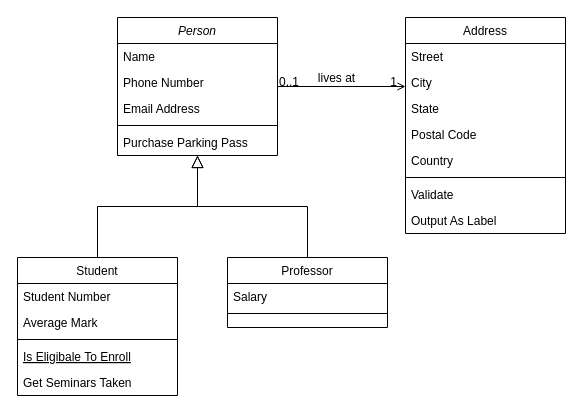
aiin-syafikah/Week-2 keeps this draw.io diagram as Exercise2ClassDiagram.drawio. Above is the earlier version. Source tidied: cells renumbered, new cells numbered last; positions are measured from the earlier drawing's top-left corner, leaving out a move shared by most shapes. Both pictures are drawn from the tidied source at 100%, with x=0, y=0 at pixel (17, 17).
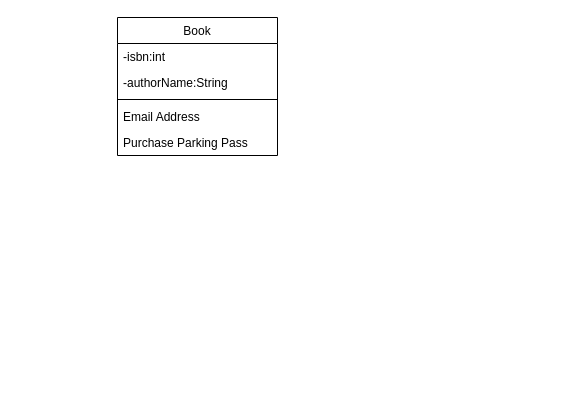
The same page after the edit.

What changed in the source:
```diff
@@
-    <mxCell id="2" value="Person" style="swimlane;fontStyle=2;align=center;verticalAlign=top;horizontal=1;startSize=26;rounded=0;shadow=0;strokeWidth=1;" parent="1" vertex="1">
+    <mxCell id="2" value="Book" style="swimlane;fontStyle=0;align=center;verticalAlign=top;horizontal=1;startSize=26;rounded=0;shadow=0;strokeWidth=1;" parent="1" vertex="1">
       <mxGeometry x="100" width="160" height="138" as="geometry" />
     </mxCell>
-    <mxCell id="3" value="Name" style="text;align=left;verticalAlign=top;spacingLeft=4;spacingRight=4;overflow=hidden;" parent="2" vertex="1">
+    <mxCell id="3" value="-isbn:int" style="text;align=left;verticalAlign=top;spacingLeft=4;spacingRight=4;overflow=hidden;" parent="2" vertex="1">
       <mxGeometry y="26" width="160" height="26" as="geometry" />
     </mxCell>
-    <mxCell id="4" value="Phone Number" style="text;align=left;verticalAlign=top;spacingLeft=4;spacingRight=4;overflow=hidden;rounded=0;shadow=0;html=0;" parent="2" vertex="1">
+    <mxCell id="4" value="-authorName:String" style="text;align=left;verticalAlign=top;spacingLeft=4;spacingRight=4;overflow=hidden;rounded=0;shadow=0;html=0;" parent="2" vertex="1">
       <mxGeometry y="52" width="160" height="26" as="geometry" />
     </mxCell>
+    <mxCell id="6" style="line;html=1;strokeWidth=1;align=left;verticalAlign=middle;spacingTop=-1;spacingLeft=3;spacingRight=3;labelPosition=right;" parent="2" vertex="1">
+      <mxGeometry y="78" width="160" height="8" as="geometry" />
+    </mxCell>
     <mxCell id="5" value="Email Address" style="text;align=left;verticalAlign=top;spacingLeft=4;spacingRight=4;overflow=hidden;rounded=0;shadow=0;html=0;" parent="2" vertex="1">
-      <mxGeometry y="78" width="160" height="26" as="geometry" />
+      <mxGeometry y="86" width="160" height="26" as="geometry" />
     </mxCell>
-    <mxCell id="6" style="line;html=1;strokeWidth=1;align=left;verticalAlign=middle;spacingTop=-1;spacingLeft=3;spacingRight=3;labelPosition=right;" parent="2" vertex="1">
-      <mxGeometry y="104" width="160" height="8" as="geometry" />
-    </mxCell>
@@
-    <mxCell id="8" value="Student" style="swimlane;fontStyle=0;align=center;verticalAlign=top;horizontal=1;startSize=26;rounded=0;shadow=0;strokeWidth=1;" parent="1" vertex="1">
-      <mxGeometry y="240" width="160" height="138" as="geometry" />
-    </mxCell>
-    <mxCell id="9" value="Student Number" style="text;align=left;verticalAlign=top;spacingLeft=4;spacingRight=4;overflow=hidden;" parent="8" vertex="1">
-      <mxGeometry y="26" width="160" height="26" as="geometry" />
-    </mxCell>
-    <mxCell id="10" value="Average Mark" style="text;align=left;verticalAlign=top;spacingLeft=4;spacingRight=4;overflow=hidden;rounded=0;shadow=0;html=0;" parent="8" vertex="1">
-      <mxGeometry y="52" width="160" height="26" as="geometry" />
-    </mxCell>
-    <mxCell id="11" style="line;html=1;strokeWidth=1;align=left;verticalAlign=middle;spacingTop=-1;spacingLeft=3;spacingRight=3;labelPosition=right;" parent="8" vertex="1">
-      <mxGeometry y="78" width="160" height="8" as="geometry" />
-    </mxCell>
-    <mxCell id="12" value="Is Eligibale To Enroll" style="text;align=left;verticalAlign=top;spacingLeft=4;spacingRight=4;overflow=hidden;fontStyle=4;" parent="8" vertex="1">
-      <mxGeometry y="86" width="160" height="26" as="geometry" />
-    </mxCell>
-    <mxCell id="13" value="Get Seminars Taken" style="text;align=left;verticalAlign=top;spacingLeft=4;spacingRight=4;overflow=hidden;" parent="8" vertex="1">
-      <mxGeometry y="112" width="160" height="26" as="geometry" />
-    </mxCell>
-    <mxCell id="14" style="endArrow=block;endSize=10;endFill=0;shadow=0;strokeWidth=1;rounded=0;edgeStyle=elbowEdgeStyle;elbow=vertical;" parent="1" edge="1" source="8" target="2">
-      <mxGeometry relative="1" as="geometry" />
-    </mxCell>
-    <mxCell id="15" value="Professor" style="swimlane;fontStyle=0;align=center;verticalAlign=top;horizontal=1;startSize=26;rounded=0;shadow=0;strokeWidth=1;" parent="1" vertex="1">
-      <mxGeometry x="210" y="240" width="160" height="70" as="geometry" />
-    </mxCell>
-    <mxCell id="16" value="Salary" style="text;align=left;verticalAlign=top;spacingLeft=4;spacingRight=4;overflow=hidden;" parent="15" vertex="1">
-      <mxGeometry y="26" width="160" height="26" as="geometry" />
-    </mxCell>
-    <mxCell id="17" style="line;html=1;strokeWidth=1;align=left;verticalAlign=middle;spacingTop=-1;spacingLeft=3;spacingRight=3;labelPosition=right;" parent="15" vertex="1">
-      <mxGeometry y="52" width="160" height="8" as="geometry" />
-    </mxCell>
-    <mxCell id="18" style="endArrow=block;endSize=10;endFill=0;shadow=0;strokeWidth=1;rounded=0;edgeStyle=elbowEdgeStyle;elbow=vertical;" parent="1" edge="1" source="15" target="2">
-      <mxGeometry relative="1" as="geometry" />
-    </mxCell>
-    <mxCell id="19" value="Address" style="swimlane;fontStyle=0;align=center;verticalAlign=top;horizontal=1;startSize=26;rounded=0;shadow=0;strokeWidth=1;" parent="1" vertex="1">
-      <mxGeometry x="388" width="160" height="216" as="geometry" />
-    </mxCell>
-    <mxCell id="20" value="Street" style="text;align=left;verticalAlign=top;spacingLeft=4;spacingRight=4;overflow=hidden;" parent="19" vertex="1">
-      <mxGeometry y="26" width="160" height="26" as="geometry" />
-    </mxCell>
-    <mxCell id="21" value="City" style="text;align=left;verticalAlign=top;spacingLeft=4;spacingRight=4;overflow=hidden;rounded=0;shadow=0;html=0;" parent="19" vertex="1">
-      <mxGeometry y="52" width="160" height="26" as="geometry" />
-    </mxCell>
-    <mxCell id="22" value="State" style="text;align=left;verticalAlign=top;spacingLeft=4;spacingRight=4;overflow=hidden;rounded=0;shadow=0;html=0;" parent="19" vertex="1">
-      <mxGeometry y="78" width="160" height="26" as="geometry" />
-    </mxCell>
-    <mxCell id="23" value="Postal Code" style="text;align=left;verticalAlign=top;spacingLeft=4;spacingRight=4;overflow=hidden;rounded=0;shadow=0;html=0;" parent="19" vertex="1">
-      <mxGeometry y="104" width="160" height="26" as="geometry" />
-    </mxCell>
-    <mxCell id="24" value="Country" style="text;align=left;verticalAlign=top;spacingLeft=4;spacingRight=4;overflow=hidden;rounded=0;shadow=0;html=0;" parent="19" vertex="1">
-      <mxGeometry y="130" width="160" height="26" as="geometry" />
-    </mxCell>
-    <mxCell id="25" style="line;html=1;strokeWidth=1;align=left;verticalAlign=middle;spacingTop=-1;spacingLeft=3;spacingRight=3;labelPosition=right;" parent="19" vertex="1">
-      <mxGeometry y="156" width="160" height="8" as="geometry" />
-    </mxCell>
-    <mxCell id="26" value="Validate" style="text;align=left;verticalAlign=top;spacingLeft=4;spacingRight=4;overflow=hidden;" parent="19" vertex="1">
-      <mxGeometry y="164" width="160" height="26" as="geometry" />
-    </mxCell>
-    <mxCell id="27" value="Output As Label" style="text;align=left;verticalAlign=top;spacingLeft=4;spacingRight=4;overflow=hidden;" parent="19" vertex="1">
-      <mxGeometry y="190" width="160" height="26" as="geometry" />
-    </mxCell>
-    <mxCell id="28" style="endArrow=open;shadow=0;strokeWidth=1;rounded=0;endFill=1;edgeStyle=elbowEdgeStyle;elbow=vertical;" parent="1" edge="1" source="2" target="19">
-      <mxGeometry x="0.5" y="41" relative="1" as="geometry">
-        <mxPoint x="-40" y="32" as="offset" />
-      </mxGeometry>
-    </mxCell>
-    <mxCell id="29" value="0..1" style="align=left;verticalAlign=bottom;labelBackgroundColor=none;fontSize=12;" parent="28" vertex="1">
-      <mxGeometry x="-1" relative="1" as="geometry">
-        <mxPoint y="4" as="offset" />
-      </mxGeometry>
-    </mxCell>
-    <mxCell id="30" value="1" style="align=right;verticalAlign=bottom;labelBackgroundColor=none;fontSize=12;" parent="28" vertex="1">
-      <mxGeometry x="1" relative="1" as="geometry">
-        <mxPoint x="-7" y="4" as="offset" />
-      </mxGeometry>
-    </mxCell>
-    <mxCell id="31" value="lives at" style="text;html=1;align=center;verticalAlign=middle;labelBackgroundColor=none;rounded=0;shadow=0;strokeWidth=1;fontSize=12;" parent="28" vertex="1">
-      <mxGeometry x="0.5" y="49" relative="1" as="geometry">
-        <mxPoint x="-38" y="40" as="offset" />
-      </mxGeometry>
-    </mxCell>
```
